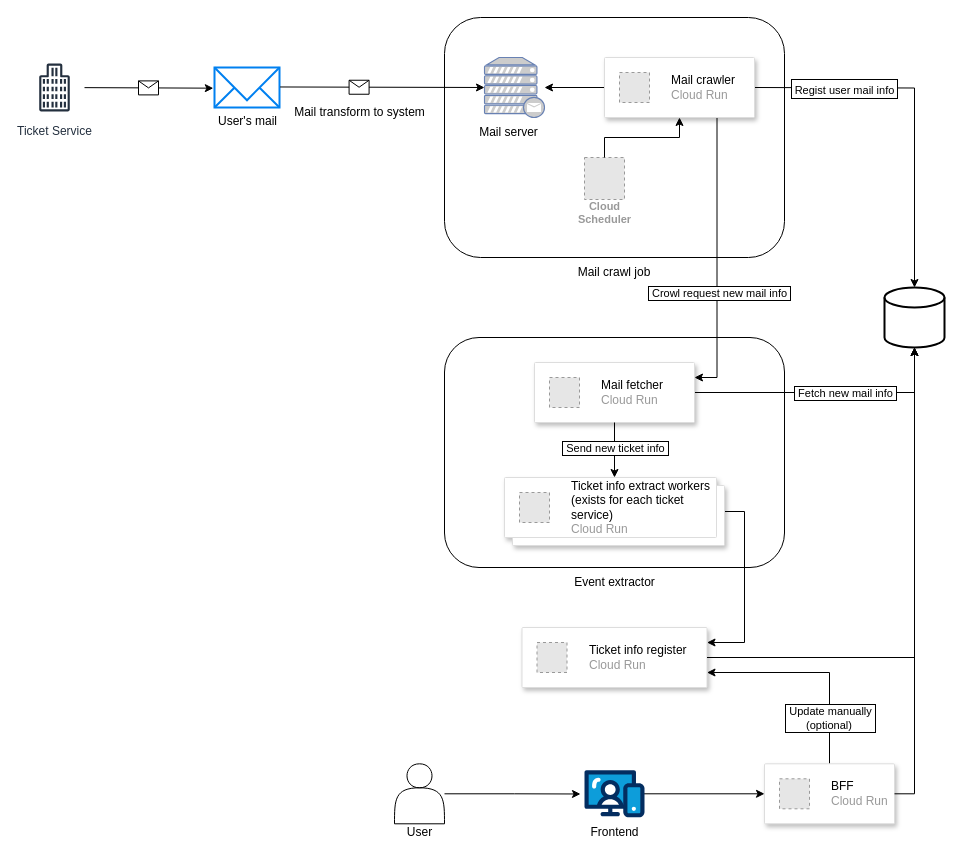
Before: infra-chart.drawio in miutaku/eventer-ticket-manage, a draw.io diagram. Source tidied: cells renumbered, new cells numbered last; positions are measured from the earlier drawing's top-left corner, leaving out a move shared by most shapes. Both pictures are drawn from the tidied source at 100%, with x=0, y=0 at pixel (24, 17). Pictures stored in the file or linked from it are replaced by grey dashed boxes.
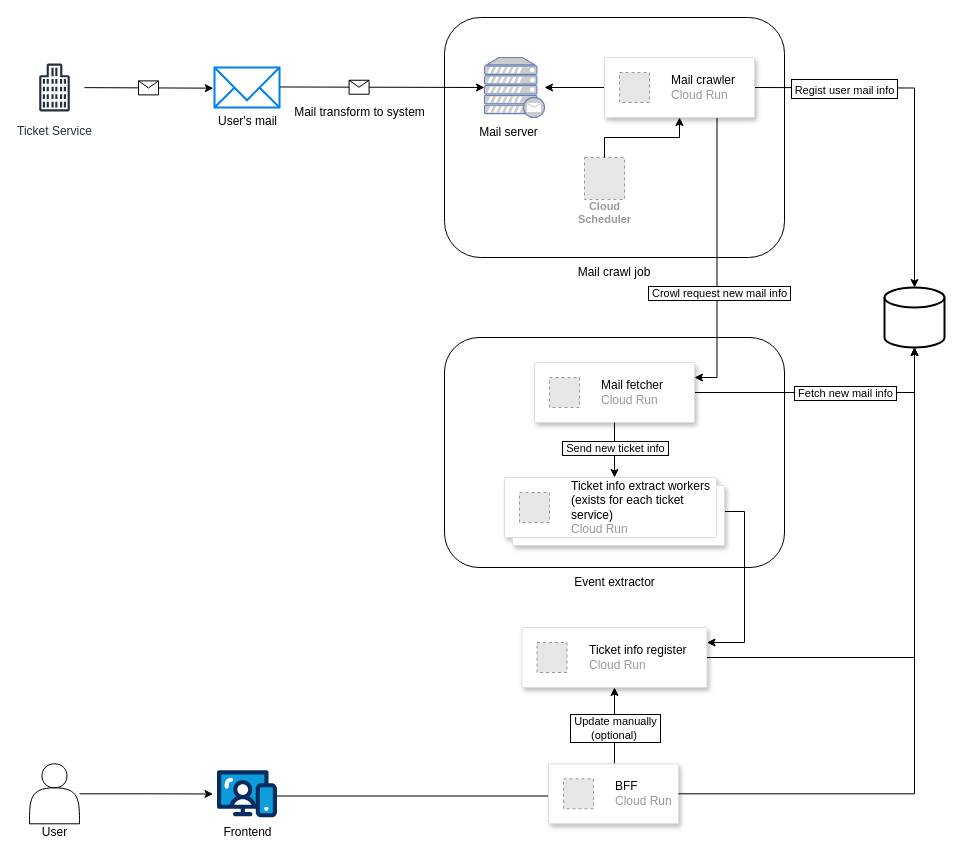
Above is the later version.

Commit message (it also covers changes not shown here):
infra-chart.drawio を更新します

The change refers to these unchanged cells:
```xml
<mxCell id="31" style="strokeColor=#dddddd;shadow=1;strokeWidth=1;rounded=1;absoluteArcSize=1;arcSize=2;" parent="1" vertex="1">
  <mxGeometry x="497.5" y="610" width="185" height="60" as="geometry" />
</mxCell>
```

Diff of the diagram source:
```diff
@@
     <mxCell id="35" style="shape=actor;whiteSpace=wrap;html=1;" parent="1" vertex="1">
-      <mxGeometry x="370" y="746.3" width="50" height="60" as="geometry" />
+      <mxGeometry x="5" y="746.3" width="50" height="60" as="geometry" />
     </mxCell>
     <mxCell id="36" value="User" style="text;html=1;align=center;verticalAlign=middle;strokeColor=none;fillColor=none;" parent="1" vertex="1">
-      <mxGeometry x="370" y="800" width="50" height="30" as="geometry" />
+      <mxGeometry x="5" y="800" width="50" height="30" as="geometry" />
     </mxCell>
@@
     <mxCell id="38" value="Frontend" style="text;html=1;align=center;verticalAlign=middle;strokeColor=none;fillColor=none;" parent="1" vertex="1">
-      <mxGeometry x="555" y="800" width="70" height="30" as="geometry" />
+      <mxGeometry x="187.5" y="800" width="70" height="30" as="geometry" />
     </mxCell>
-    <mxCell id="39" style="edgeStyle=orthogonalEdgeStyle;rounded=0;jettySize=auto;html=1;entryX=1;entryY=0.75;entryDx=0;entryDy=0;exitX=0.5;exitY=0;exitDx=0;exitDy=0;" parent="1" edge="1" source="40" target="31">
+    <mxCell id="39" style="edgeStyle=orthogonalEdgeStyle;rounded=0;jettySize=auto;html=1;entryX=0.5;entryY=1;entryDx=0;entryDy=0;exitX=0.5;exitY=0;exitDx=0;exitDy=0;" parent="1" edge="1" source="40" target="31">
       <mxGeometry relative="1" as="geometry">
         <Array as="points">
-          <mxPoint x="805" y="655" />
+          <mxPoint x="590" y="700" />
+          <mxPoint x="590" y="700" />
         </Array>
       </mxGeometry>
     </mxCell>
     <mxCell id="40" style="strokeColor=#dddddd;shadow=1;strokeWidth=1;rounded=1;absoluteArcSize=1;arcSize=2;" parent="1" vertex="1">
-      <mxGeometry x="740" y="746.3" width="130" height="60" as="geometry" />
+      <mxGeometry x="524" y="746.3" width="130" height="60" as="geometry" />
     </mxCell>
@@
     <mxCell id="43" style="verticalLabelPosition=bottom;html=1;shape=mxgraph.salesforce.web;" parent="1" vertex="1">
-      <mxGeometry x="560" y="752.6" width="60" height="47.4" as="geometry" />
+      <mxGeometry x="192.5" y="752.6" width="60" height="47.4" as="geometry" />
     </mxCell>
@@
     <mxCell id="47" value="&amp;nbsp;Update manually&amp;nbsp;&lt;div&gt;(optional)&amp;nbsp;&lt;/div&gt;" style="edgeLabel;html=1;align=center;verticalAlign=middle;labelBorderColor=default;" parent="1" vertex="1">
-      <mxGeometry x="805" y="700" as="geometry" />
+      <mxGeometry x="590" y="710" as="geometry" />
     </mxCell>
```
